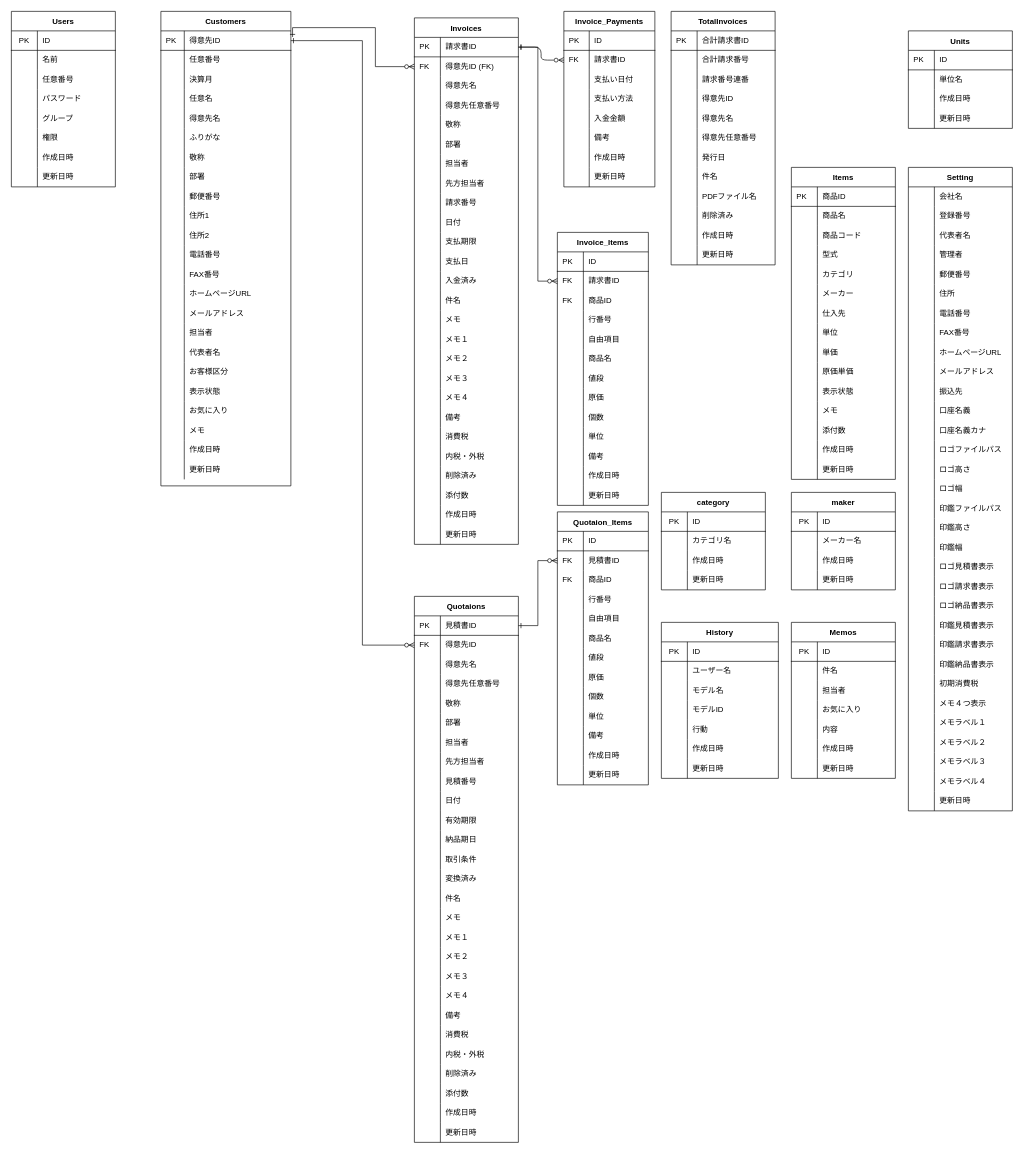
This is soho_er.dio from gamasenninn/caddie-clone, a draw.io file, before an edit. Source tidied: cells renumbered, new cells numbered last; positions are measured from the earlier drawing's top-left corner, leaving out a move shared by most shapes. Both pictures are drawn from the tidied source at 65%, with x=0, y=0 at pixel (11, 11).
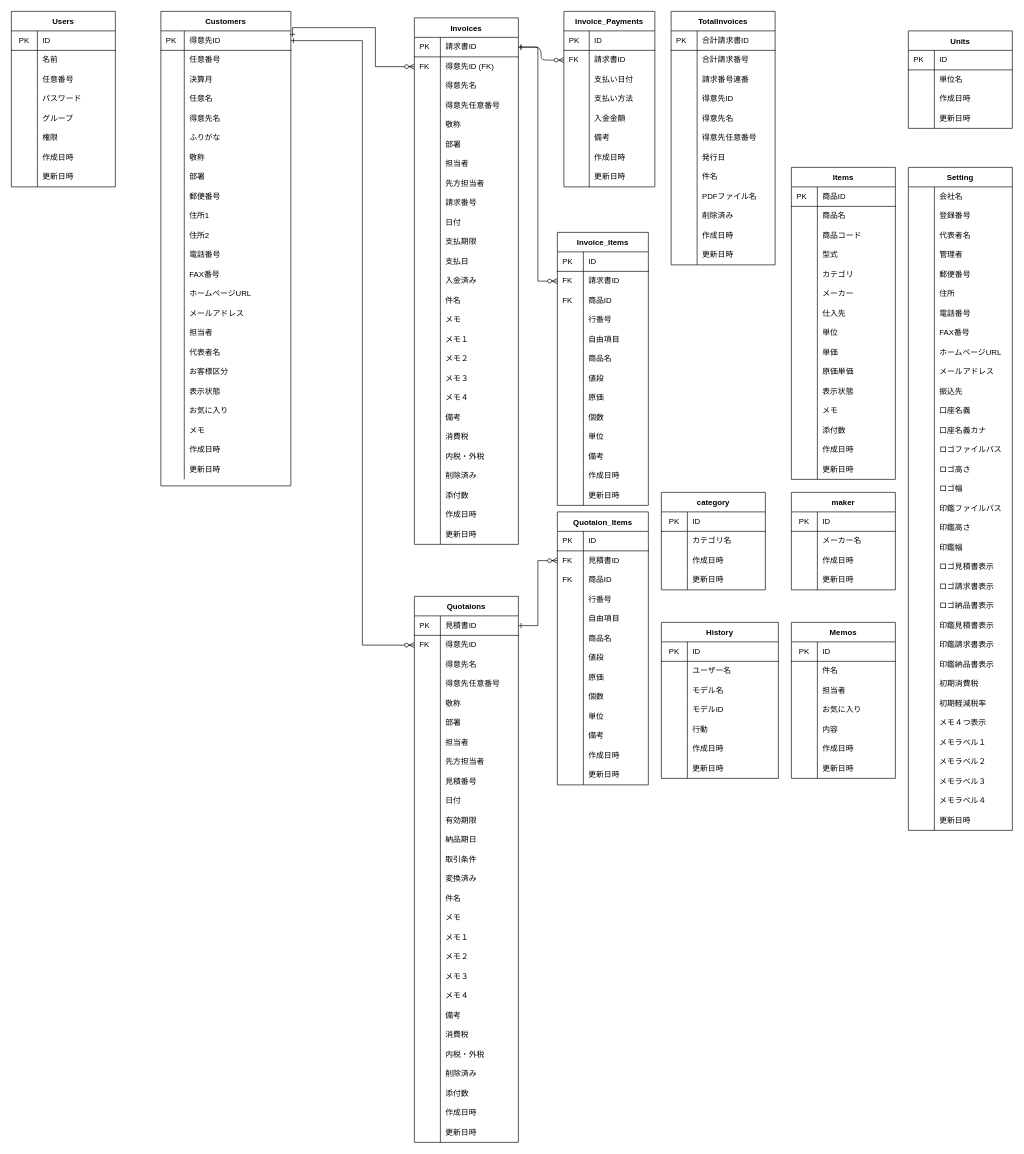
Above is the later version.

What changed in the source:
```diff
@@
     <mxCell id="372" value="Setting" style="shape=table;startSize=30;childLayout=tableLayout;rowLines=0;fontStyle=1;align=center;" parent="1" vertex="1">
-      <mxGeometry x="1380" y="240" width="160" height="990" as="geometry" />
+      <mxGeometry x="1380" y="240" width="160" height="1020" as="geometry" />
     </mxCell>
@@
+    <mxCell id="631" style="shape=partialRectangle;html=1;whiteSpace=wrap;fillColor=none;top=0;left=0;bottom=0;right=0;" parent="372" vertex="1">
+      <mxGeometry y="810" width="160" height="30" as="geometry" />
+    </mxCell>
+    <mxCell id="632" style="shape=partialRectangle;html=1;whiteSpace=wrap;fillColor=none;top=0;left=0;bottom=0;right=0;align=left;spacingLeft=6;overflow=hidden;" parent="631" vertex="1">
+      <mxGeometry width="40" height="30" as="geometry" />
+    </mxCell>
+    <mxCell id="633" value="初期軽減税率" style="shape=partialRectangle;html=1;whiteSpace=wrap;fillColor=none;top=0;left=0;bottom=0;right=0;align=left;spacingLeft=6;overflow=hidden;" parent="631" vertex="1">
+      <mxGeometry x="40" width="120" height="30" as="geometry" />
+    </mxCell>
     <mxCell id="451" style="shape=partialRectangle;html=1;whiteSpace=wrap;fillColor=none;top=0;left=0;bottom=0;right=0;" parent="372" vertex="1">
-      <mxGeometry y="810" width="160" height="30" as="geometry" />
+      <mxGeometry y="840" width="160" height="30" as="geometry" />
     </mxCell>
@@
     <mxCell id="454" style="shape=partialRectangle;html=1;whiteSpace=wrap;fillColor=none;top=0;left=0;bottom=0;right=0;" parent="372" vertex="1">
-      <mxGeometry y="840" width="160" height="30" as="geometry" />
+      <mxGeometry y="870" width="160" height="30" as="geometry" />
     </mxCell>
@@
     <mxCell id="457" style="shape=partialRectangle;html=1;whiteSpace=wrap;fillColor=none;top=0;left=0;bottom=0;right=0;" parent="372" vertex="1">
-      <mxGeometry y="870" width="160" height="30" as="geometry" />
+      <mxGeometry y="900" width="160" height="30" as="geometry" />
     </mxCell>
@@
     <mxCell id="460" style="shape=partialRectangle;html=1;whiteSpace=wrap;fillColor=none;top=0;left=0;bottom=0;right=0;" parent="372" vertex="1">
-      <mxGeometry y="900" width="160" height="30" as="geometry" />
+      <mxGeometry y="930" width="160" height="30" as="geometry" />
     </mxCell>
@@
     <mxCell id="463" style="shape=partialRectangle;html=1;whiteSpace=wrap;fillColor=none;top=0;left=0;bottom=0;right=0;" parent="372" vertex="1">
-      <mxGeometry y="930" width="160" height="30" as="geometry" />
+      <mxGeometry y="960" width="160" height="30" as="geometry" />
     </mxCell>
@@
     <mxCell id="466" style="shape=partialRectangle;html=1;whiteSpace=wrap;fillColor=none;top=0;left=0;bottom=0;right=0;" parent="372" vertex="1">
-      <mxGeometry y="960" width="160" height="30" as="geometry" />
+      <mxGeometry y="990" width="160" height="30" as="geometry" />
     </mxCell>
```
